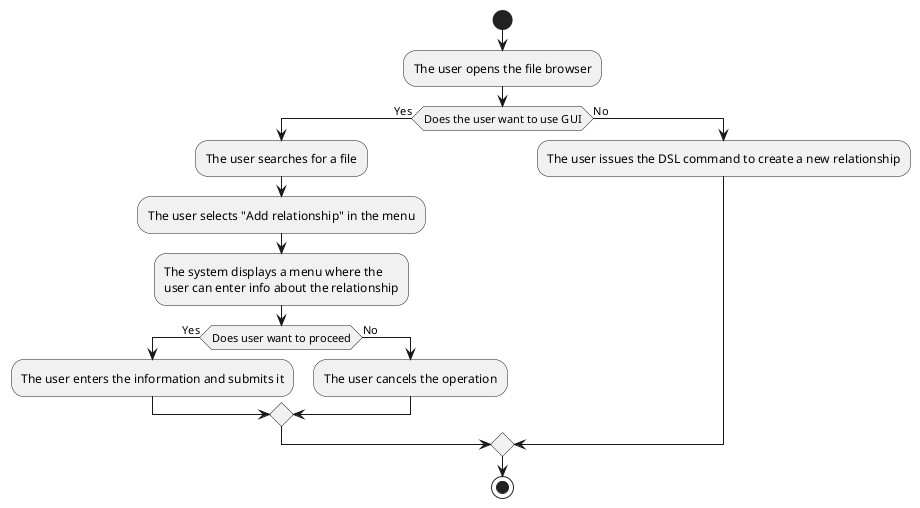
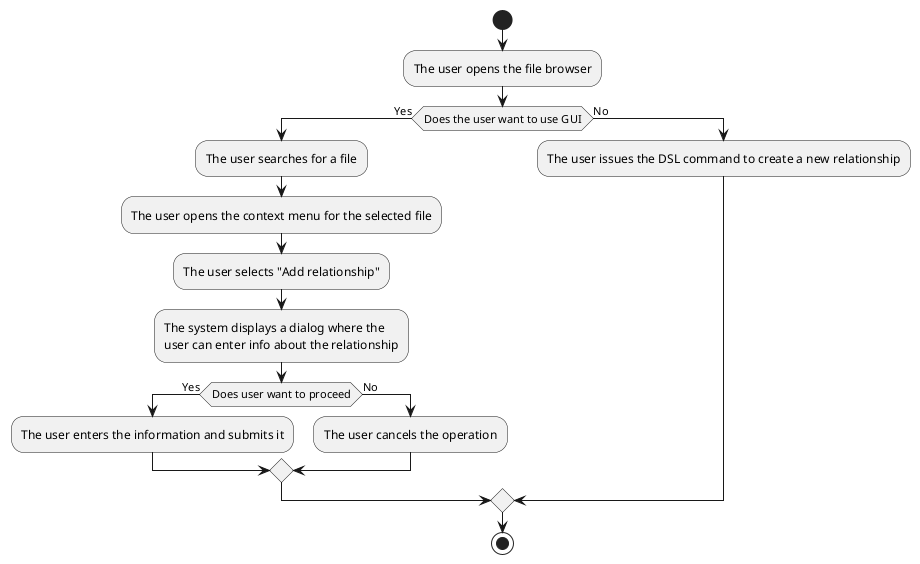
@startuml
start
:The user opens the file browser;
if (Does the user want to use GUI) then (Yes)
:The user searches for a file;
- :The user selects "Add relationship" in the menu;
- :The system displays a menu where the \nuser can enter info about the relationship;
+ :The user opens the context menu for the selected file;
+ :The user selects "Add relationship";
+ :The system displays a dialog where the \nuser can enter info about the relationship;
if (Does user want to proceed) then (Yes)
:The user enters the information and submits it;
else (No)
:The user cancels the operation;
endif
else (No)
:The user issues the DSL command to create a new relationship;
endif
stop
- @enduml+ @enduml
